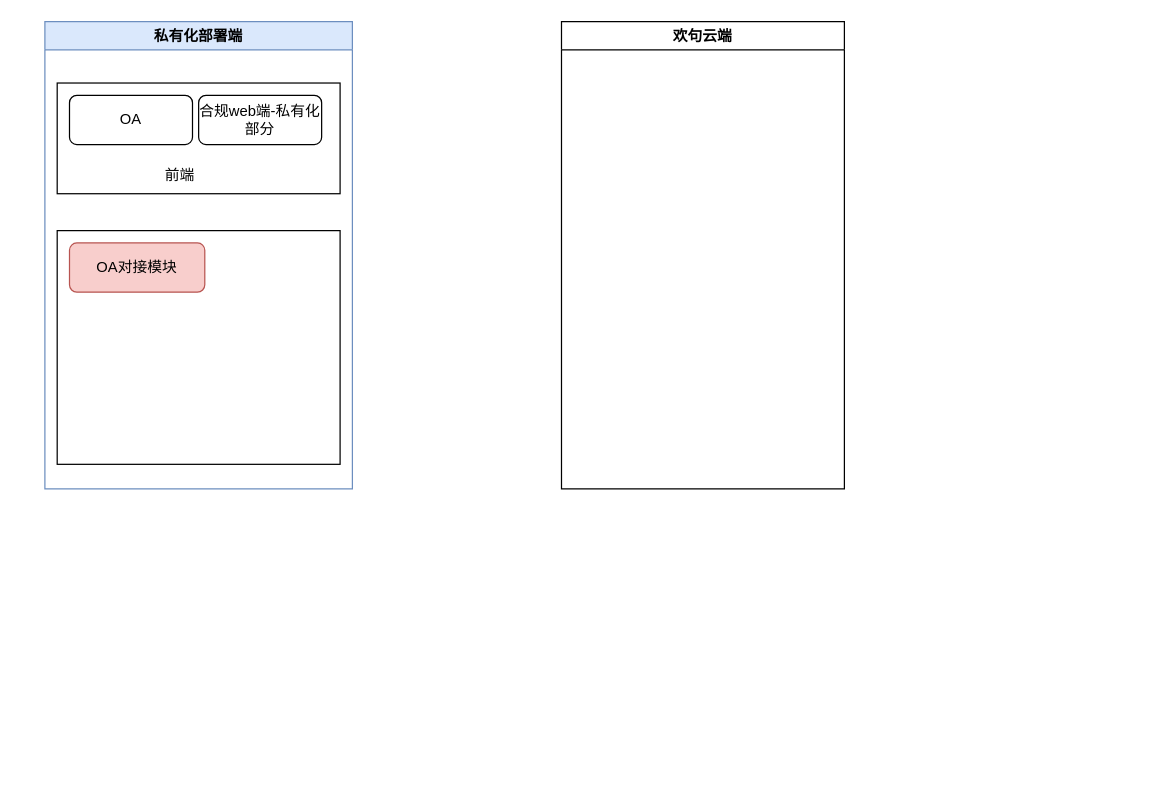
Above: computer/audit-onlineedit.drawio in liufbox/doc (draw.io), before the change. Source tidied: cells renumbered, new cells numbered last; positions are measured from the earlier drawing's top-left corner, leaving out a move shared by most shapes. Both pictures are drawn from the tidied source at 123%, with x=0, y=0 at pixel (44, 21).
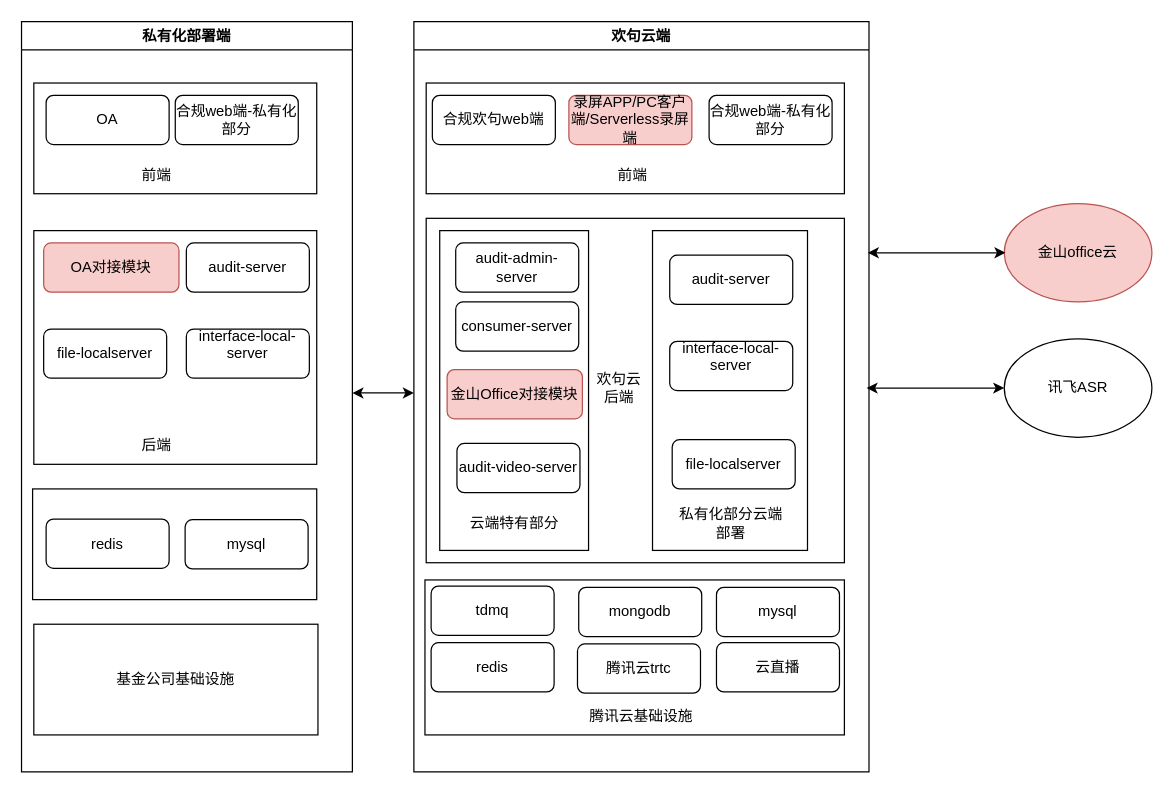
The same page after the edit.

What changed in the source:
```diff
@@
+    <mxCell id="10" style="rounded=0;whiteSpace=wrap;html=1;" parent="1" vertex="1">
+      <mxGeometry x="310" y="160" width="340" height="280" as="geometry" />
+    </mxCell>
+    <mxCell id="11" style="rounded=0;whiteSpace=wrap;html=1;" parent="1" vertex="1">
+      <mxGeometry x="321" y="170" width="121" height="260" as="geometry" />
+    </mxCell>
-    <mxCell id="2" value="私有化部署端" style="swimlane;startSize=23;fillColor=#dae8fc;strokeColor=#6c8ebf;" parent="1" vertex="1">
-      <mxGeometry width="250" height="380" as="geometry" />
+    <mxCell id="2" value="私有化部署端" style="swimlane;startSize=23;" parent="1" vertex="1">
+      <mxGeometry x="-19" width="269" height="610" as="geometry" />
     </mxCell>
@@
     <mxCell id="5" value="OA对接模块" style="rounded=1;whiteSpace=wrap;html=1;fillColor=#f8cecc;strokeColor=#b85450;" parent="2" vertex="1">
-      <mxGeometry x="20" y="180" width="110" height="40" as="geometry" />
+      <mxGeometry x="18" y="180" width="110" height="40" as="geometry" />
     </mxCell>
@@
+    <mxCell id="12" value="后端" style="text;html=1;strokeColor=none;fillColor=none;align=center;verticalAlign=middle;whiteSpace=wrap;rounded=0;" parent="2" vertex="1">
+      <mxGeometry x="80" y="330" width="60" height="30" as="geometry" />
+    </mxCell>
+    <mxCell id="13" value="audit-server" style="rounded=1;whiteSpace=wrap;html=1;" parent="2" vertex="1">
+      <mxGeometry x="134" y="180" width="100" height="40" as="geometry" />
+    </mxCell>
+    <mxCell id="14" value="file-localserver" style="rounded=1;whiteSpace=wrap;html=1;" parent="2" vertex="1">
+      <mxGeometry x="18" y="250" width="100" height="40" as="geometry" />
+    </mxCell>
+    <mxCell id="15" value="&lt;div&gt;interface-local-server&lt;/div&gt;&lt;div&gt;&lt;br&gt;&lt;/div&gt;" style="rounded=1;whiteSpace=wrap;html=1;" parent="2" vertex="1">
+      <mxGeometry x="134" y="250" width="100" height="40" as="geometry" />
+    </mxCell>
+    <mxCell id="16" style="rounded=0;whiteSpace=wrap;html=1;" parent="2" vertex="1">
+      <mxGeometry x="9" y="380" width="231" height="90" as="geometry" />
+    </mxCell>
+    <mxCell id="17" value="redis" style="rounded=1;whiteSpace=wrap;html=1;" parent="2" vertex="1">
+      <mxGeometry x="20" y="404.5" width="100" height="40" as="geometry" />
+    </mxCell>
+    <mxCell id="18" value="mysql" style="rounded=1;whiteSpace=wrap;html=1;" parent="2" vertex="1">
+      <mxGeometry x="133" y="405" width="100" height="40" as="geometry" />
+    </mxCell>
+    <mxCell id="19" value="基金公司基础设施" style="rounded=0;whiteSpace=wrap;html=1;" parent="2" vertex="1">
+      <mxGeometry x="10" y="490" width="231" height="90" as="geometry" />
+    </mxCell>
     <mxCell id="9" value="欢句云端" style="swimlane;startSize=23;" parent="1" vertex="1">
-      <mxGeometry x="420" width="230" height="380" as="geometry" />
+      <mxGeometry x="300" width="370" height="610" as="geometry" />
     </mxCell>
+    <mxCell id="20" value="audit-admin-server" style="rounded=1;whiteSpace=wrap;html=1;" parent="9" vertex="1">
+      <mxGeometry x="34" y="180" width="100" height="40" as="geometry" />
+    </mxCell>
+    <mxCell id="21" value="audit-video-server" style="rounded=1;whiteSpace=wrap;html=1;" parent="9" vertex="1">
+      <mxGeometry x="35" y="343" width="100" height="40" as="geometry" />
+    </mxCell>
+    <mxCell id="22" value="&lt;div&gt;consumer-server&lt;/div&gt;" style="rounded=1;whiteSpace=wrap;html=1;" parent="9" vertex="1">
+      <mxGeometry x="34" y="228" width="100" height="40" as="geometry" />
+    </mxCell>
+    <mxCell id="23" style="rounded=0;whiteSpace=wrap;html=1;" parent="9" vertex="1">
+      <mxGeometry x="9" y="454" width="341" height="126" as="geometry" />
+    </mxCell>
+    <mxCell id="24" value="tdmq" style="rounded=1;whiteSpace=wrap;html=1;" parent="9" vertex="1">
+      <mxGeometry x="14" y="459" width="100" height="40" as="geometry" />
+    </mxCell>
+    <mxCell id="25" value="mongodb" style="rounded=1;whiteSpace=wrap;html=1;" parent="9" vertex="1">
+      <mxGeometry x="134" y="460" width="100" height="40" as="geometry" />
+    </mxCell>
+    <mxCell id="26" value="mysql" style="rounded=1;whiteSpace=wrap;html=1;" parent="9" vertex="1">
+      <mxGeometry x="246" y="460" width="100" height="40" as="geometry" />
+    </mxCell>
+    <mxCell id="27" value="redis" style="rounded=1;whiteSpace=wrap;html=1;" parent="9" vertex="1">
+      <mxGeometry x="14" y="505" width="100" height="40" as="geometry" />
+    </mxCell>
+    <mxCell id="28" value="云直播" style="rounded=1;whiteSpace=wrap;html=1;" parent="9" vertex="1">
+      <mxGeometry x="246" y="505" width="100" height="40" as="geometry" />
+    </mxCell>
+    <mxCell id="29" value="腾讯云基础设施" style="text;html=1;strokeColor=none;fillColor=none;align=center;verticalAlign=middle;whiteSpace=wrap;rounded=0;" parent="9" vertex="1">
+      <mxGeometry x="140" y="550" width="90" height="30" as="geometry" />
+    </mxCell>
+    <mxCell id="30" style="rounded=0;whiteSpace=wrap;html=1;" parent="1" vertex="1">
+      <mxGeometry x="310" y="50" width="340" height="90" as="geometry" />
+    </mxCell>
+    <mxCell id="31" value="金山Office对接模块" style="rounded=1;whiteSpace=wrap;html=1;fillColor=#f8cecc;strokeColor=#b85450;" parent="1" vertex="1">
+      <mxGeometry x="327" y="283" width="110" height="40" as="geometry" />
+    </mxCell>
+    <mxCell id="32" value="录屏APP/PC客户端/Serverless录屏端" style="rounded=1;whiteSpace=wrap;html=1;fillColor=#f8cecc;strokeColor=#b85450;" parent="1" vertex="1">
+      <mxGeometry x="426" y="60" width="100" height="40" as="geometry" />
+    </mxCell>
+    <mxCell id="33" value="合规欢句web端" style="rounded=1;whiteSpace=wrap;html=1;" parent="1" vertex="1">
+      <mxGeometry x="315" y="60" width="100" height="40" as="geometry" />
+    </mxCell>
+    <mxCell id="34" value="前端" style="text;html=1;strokeColor=none;fillColor=none;align=center;verticalAlign=middle;whiteSpace=wrap;rounded=0;" parent="1" vertex="1">
+      <mxGeometry x="448" y="110" width="60" height="30" as="geometry" />
+    </mxCell>
+    <mxCell id="35" value="云端特有部分" style="text;html=1;strokeColor=none;fillColor=none;align=center;verticalAlign=middle;whiteSpace=wrap;rounded=0;" parent="1" vertex="1">
+      <mxGeometry x="342" y="393" width="80" height="30" as="geometry" />
+    </mxCell>
+    <mxCell id="36" value="合规web端-私有化部分" style="rounded=1;whiteSpace=wrap;html=1;" parent="1" vertex="1">
+      <mxGeometry x="540" y="60" width="100" height="40" as="geometry" />
+    </mxCell>
+    <mxCell id="37" style="rounded=0;whiteSpace=wrap;html=1;" parent="1" vertex="1">
+      <mxGeometry x="494" y="170" width="126" height="260" as="geometry" />
+    </mxCell>
+    <mxCell id="38" value="audit-server" style="rounded=1;whiteSpace=wrap;html=1;" parent="1" vertex="1">
+      <mxGeometry x="508" y="190" width="100" height="40" as="geometry" />
+    </mxCell>
+    <mxCell id="39" value="&lt;div&gt;interface-local-server&lt;/div&gt;&lt;div&gt;&lt;br&gt;&lt;/div&gt;" style="rounded=1;whiteSpace=wrap;html=1;" parent="1" vertex="1">
+      <mxGeometry x="508" y="260" width="100" height="40" as="geometry" />
+    </mxCell>
+    <mxCell id="40" value="file-localserver" style="rounded=1;whiteSpace=wrap;html=1;" parent="1" vertex="1">
+      <mxGeometry x="510" y="340" width="100" height="40" as="geometry" />
+    </mxCell>
+    <mxCell id="41" value="私有化部分云端部署" style="text;html=1;strokeColor=none;fillColor=none;align=center;verticalAlign=middle;whiteSpace=wrap;rounded=0;" parent="1" vertex="1">
+      <mxGeometry x="514.5" y="393" width="85.5" height="30" as="geometry" />
+    </mxCell>
+    <mxCell id="42" value="欢句云&lt;br&gt;后端" style="text;html=1;strokeColor=none;fillColor=none;align=center;verticalAlign=middle;whiteSpace=wrap;rounded=0;" parent="1" vertex="1">
+      <mxGeometry x="437" y="283" width="60" height="30" as="geometry" />
+    </mxCell>
+    <mxCell id="43" value="腾讯云trtc" style="rounded=1;whiteSpace=wrap;html=1;" parent="1" vertex="1">
+      <mxGeometry x="433" y="506" width="100" height="40" as="geometry" />
+    </mxCell>
+    <mxCell id="44" value="讯飞ASR" style="ellipse;whiteSpace=wrap;html=1;" parent="1" vertex="1">
+      <mxGeometry x="780" y="258" width="120" height="80" as="geometry" />
+    </mxCell>
+    <mxCell id="45" style="endArrow=classic;startArrow=classic;html=1;rounded=0;entryX=0;entryY=0.5;entryDx=0;entryDy=0;" parent="1" edge="1" target="44">
+      <mxGeometry relative="1" as="geometry">
+        <mxPoint x="668" y="298" as="sourcePoint" />
+      </mxGeometry>
+    </mxCell>
+    <mxCell id="46" style="endArrow=classic;startArrow=classic;html=1;rounded=0;entryX=0;entryY=0.5;entryDx=0;entryDy=0;exitX=1;exitY=0.5;exitDx=0;exitDy=0;" parent="1" edge="1">
+      <mxGeometry relative="1" as="geometry">
+        <mxPoint x="250" y="302" as="sourcePoint" />
+        <mxPoint x="300" y="302" as="targetPoint" />
+      </mxGeometry>
+    </mxCell>
+    <mxCell id="47" value="金山office云" style="ellipse;whiteSpace=wrap;html=1;fillColor=#f8cecc;strokeColor=#b85450;" parent="1" vertex="1">
+      <mxGeometry x="780" y="148" width="120" height="80" as="geometry" />
+    </mxCell>
+    <mxCell id="48" style="endArrow=classic;startArrow=classic;html=1;rounded=0;entryX=0;entryY=0.5;entryDx=0;entryDy=0;" parent="1" edge="1">
+      <mxGeometry relative="1" as="geometry">
+        <mxPoint x="669" y="188" as="sourcePoint" />
+        <mxPoint x="781" y="188" as="targetPoint" />
+      </mxGeometry>
+    </mxCell>
```
